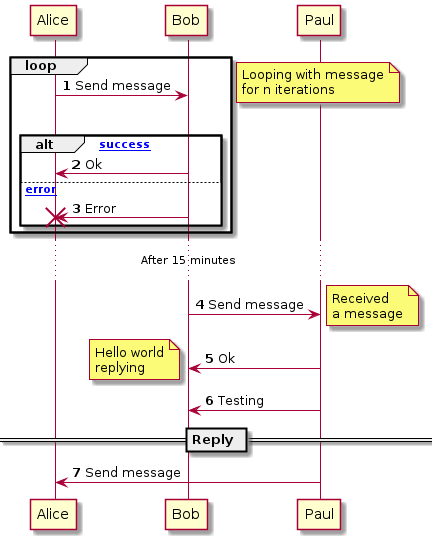
Earlier version of the PlantUML export src/images/example-sequence.png (codersparks-old/wiki-plantuml-test).
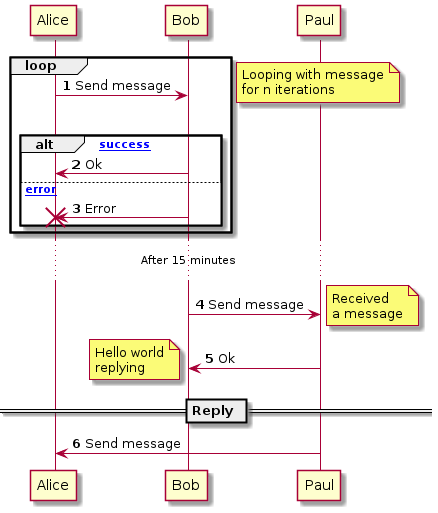
The same file after the commit.

Commit message:
Auto commit after generating images

Diff of the diagram source:
```diff
@@ -29,7 +29,6 @@
   Hello world
   replying
 end note
-Paul -> Bob       : Testing
 == Reply ==
 
 Paul -> Alice     : Send message
```
